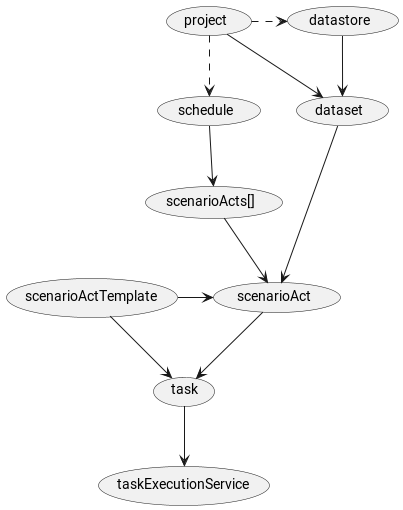
The PlantUML diagram doc/entities_design/logical_entities_dependency.png in zaytsevdmitry/lakehouse, before a commit.
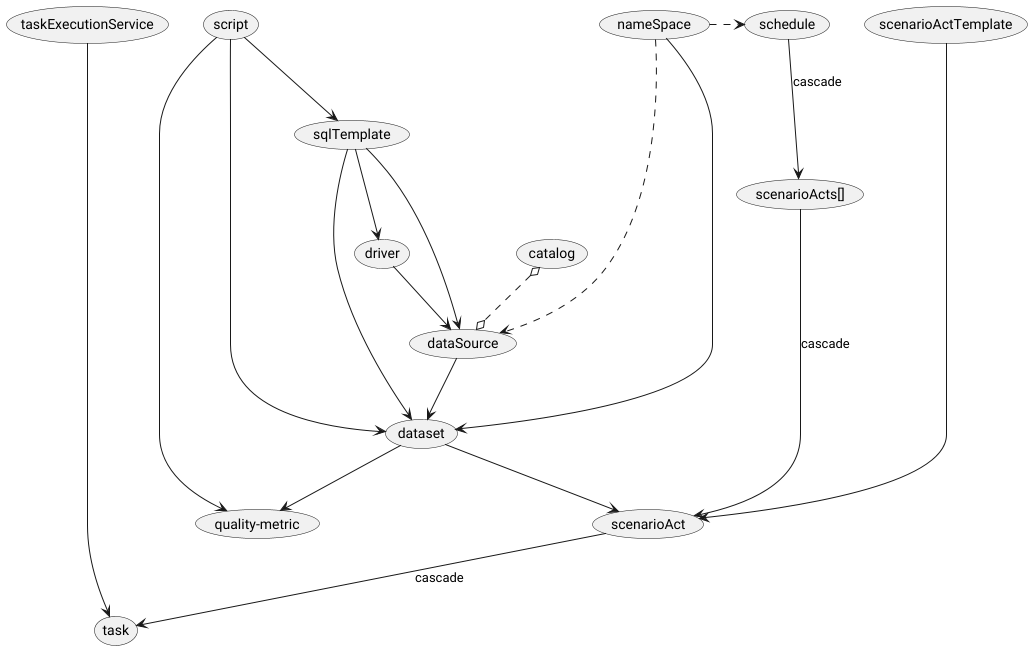
Later version of the same file.

Change to the diagram source:
```diff
@@ -1,13 +1,21 @@
 @startuml
-(schedule) --> (scenarioActs[])
-(scenarioActs[]) --> (scenarioAct)
-(scenarioActTemplate) -> (scenarioAct)
-(scenarioActTemplate) -> (task)
-(scenarioAct) --> (task)
-(task)-->(taskExecutionService)
-(dataset) -> (scenarioAct)
-(datastore) --> (dataset)
-(project) -> (dataset)
-(project) ..> (schedule)
-(project) .> (datastore)
+(script) -> (dataset)
+(script) --> (sqlTemplate)
+(script) -> (quality-metric)
+(schedule) --> (scenarioActs[]): cascade
+(scenarioActs[]) --> (scenarioAct): cascade
+(scenarioActTemplate) ------> (scenarioAct)
+(scenarioAct) --> (task): cascade
+(taskExecutionService)------->(task)
+(dataset) --> (scenarioAct)
+(dataset) -->(quality-metric)
+(dataSource) --> (dataset)
+(nameSpace) -----> (dataset)
+(nameSpace) .> (schedule)
+(driver)-->(dataSource)
+(sqlTemplate) --> (driver)
+(sqlTemplate) --> (dataSource)
+(sqlTemplate) --> (dataset)
+(catalog) o..o  (dataSource)
+(nameSpace) .> (dataSource)
 @enduml
```
